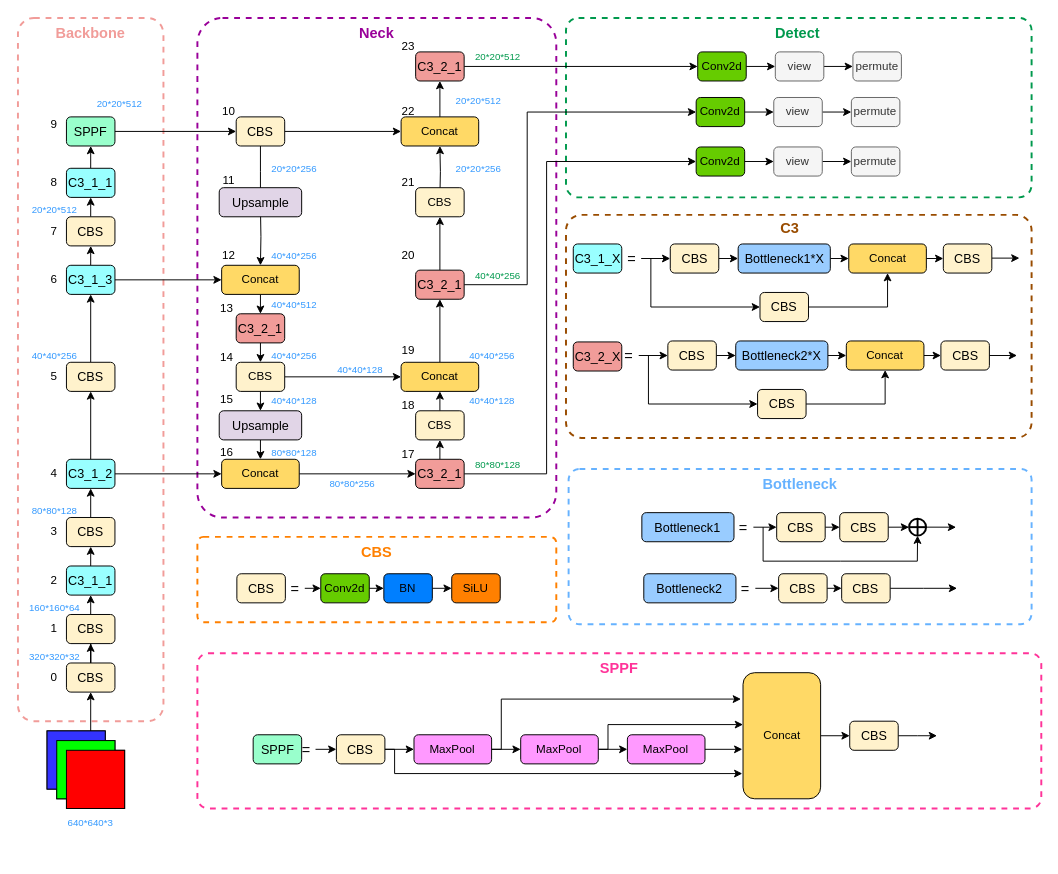
The draw.io diagram yolov56.0.drawio in HaoyuScut/PaddleOCR, before the edit. Source tidied: cells renumbered, new cells numbered last; positions are measured from the earlier drawing's top-left corner, leaving out a move shared by most shapes. Both pictures are drawn from the tidied source at 97%, with x=0, y=0 at pixel (17, 17).
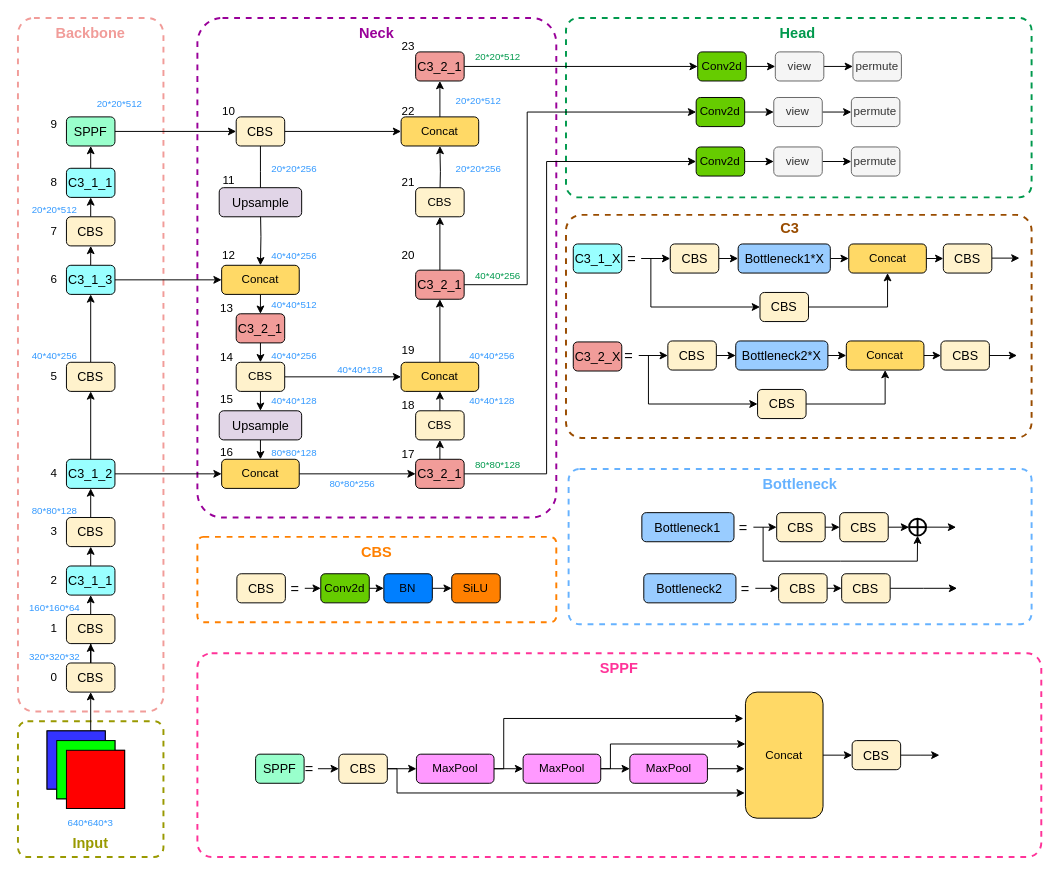
The same page after the edit.

Diff of the diagram source:
```diff
@@
+    <mxCell id="209" style="rounded=1;whiteSpace=wrap;html=1;shadow=0;dashed=1;fontSize=12;fontColor=#00994D;strokeColor=#999900;strokeWidth=2;fillColor=none;arcSize=7;" parent="1" vertex="1">
+      <mxGeometry y="725" width="150" height="140" as="geometry" />
+    </mxCell>
     <mxCell id="2" style="rounded=1;whiteSpace=wrap;html=1;shadow=0;dashed=1;fontSize=12;fontColor=#00994D;strokeColor=#FF3399;strokeWidth=2;fillColor=none;arcSize=7;" parent="1" vertex="1">
-      <mxGeometry x="185" y="655" width="870" height="160" as="geometry" />
+      <mxGeometry x="185" y="655" width="870" height="210" as="geometry" />
     </mxCell>
@@
     <mxCell id="8" style="rounded=1;whiteSpace=wrap;html=1;shadow=0;strokeColor=#F19C99;fillColor=none;dashed=1;strokeWidth=2;arcSize=11;" parent="1" vertex="1">
-      <mxGeometry width="150" height="725" as="geometry" />
+      <mxGeometry width="150" height="715" as="geometry" />
     </mxCell>
@@
-    <mxCell id="132" value="&lt;b style=&quot;&quot;&gt;&lt;font color=&quot;#00994d&quot; style=&quot;font-size: 15px;&quot;&gt;Detect&lt;/font&gt;&lt;/b&gt;" style="text;html=1;strokeColor=none;fillColor=none;align=center;verticalAlign=middle;whiteSpace=wrap;rounded=0;shadow=0;dashed=1;" parent="1" vertex="1">
+    <mxCell id="132" value="&lt;b style=&quot;&quot;&gt;&lt;font color=&quot;#00994d&quot; style=&quot;font-size: 15px;&quot;&gt;Head&lt;/font&gt;&lt;/b&gt;" style="text;html=1;strokeColor=none;fillColor=none;align=center;verticalAlign=middle;whiteSpace=wrap;rounded=0;shadow=0;dashed=1;" parent="1" vertex="1">
       <mxGeometry x="774.2" width="60" height="30" as="geometry" />
     </mxCell>
@@
     <mxCell id="188" value="SPPF" style="rounded=1;whiteSpace=wrap;html=1;fillColor=#99FFCC;strokeColor=#000000;fontSize=13;" parent="1" vertex="1">
-      <mxGeometry x="242.5" y="739" width="50" height="30" as="geometry" />
+      <mxGeometry x="245" y="759" width="50" height="30" as="geometry" />
     </mxCell>
@@
     <mxCell id="190" value="&lt;font color=&quot;#000000&quot;&gt;=&lt;/font&gt;" style="text;html=1;strokeColor=none;fillColor=none;align=center;verticalAlign=middle;whiteSpace=wrap;rounded=0;shadow=0;dashed=1;fontSize=15;fontColor=#00994D;" parent="1" vertex="1">
-      <mxGeometry x="288.3" y="739" width="18.5" height="30" as="geometry" />
+      <mxGeometry x="290.8" y="759" width="18.5" height="30" as="geometry" />
     </mxCell>
@@
     <mxCell id="192" style="edgeStyle=orthogonalEdgeStyle;rounded=0;jettySize=auto;html=1;exitX=1;exitY=0.5;exitDx=0;exitDy=0;entryX=0;entryY=0.667;entryDx=0;entryDy=0;entryPerimeter=0;fontSize=15;fontColor=#66B2FF;" parent="1" edge="1" source="193">
       <mxGeometry relative="1" as="geometry">
-        <mxPoint x="746.8" y="779" as="targetPoint" />
+        <mxPoint x="749.3" y="799" as="targetPoint" />
         <Array as="points">
-          <mxPoint x="388.3" y="754" />
-          <mxPoint x="388.3" y="779" />
+          <mxPoint x="390.8" y="774" />
+          <mxPoint x="390.8" y="799" />
         </Array>
       </mxGeometry>
     </mxCell>
     <mxCell id="193" value="CBS" style="rounded=1;whiteSpace=wrap;html=1;fillColor=#fff2cc;strokeColor=#000000;fontSize=13;" parent="1" vertex="1">
-      <mxGeometry x="328.3" y="739" width="50" height="30" as="geometry" />
+      <mxGeometry x="330.8" y="759" width="50" height="30" as="geometry" />
     </mxCell>
@@
     <mxCell id="195" style="edgeStyle=orthogonalEdgeStyle;rounded=0;jettySize=auto;html=1;exitX=1;exitY=0.5;exitDx=0;exitDy=0;entryX=-0.017;entryY=0.155;entryDx=0;entryDy=0;entryPerimeter=0;fontSize=15;fontColor=#66B2FF;" parent="1" edge="1" source="196">
       <mxGeometry relative="1" as="geometry">
-        <mxPoint x="745.4" y="702.2" as="targetPoint" />
+        <mxPoint x="747.9" y="722.2" as="targetPoint" />
         <Array as="points">
-          <mxPoint x="498.3" y="754" />
-          <mxPoint x="498.3" y="702" />
+          <mxPoint x="500.8" y="774" />
+          <mxPoint x="500.8" y="722" />
         </Array>
       </mxGeometry>
     </mxCell>
     <mxCell id="196" value="MaxPool" style="rounded=1;whiteSpace=wrap;html=1;fillColor=#FF99FF;strokeColor=#000000;" parent="1" vertex="1">
-      <mxGeometry x="408.3" y="739" width="80" height="30" as="geometry" />
+      <mxGeometry x="410.8" y="759" width="80" height="30" as="geometry" />
     </mxCell>
@@
     <mxCell id="198" style="edgeStyle=orthogonalEdgeStyle;rounded=0;jettySize=auto;html=1;exitX=1;exitY=0.5;exitDx=0;exitDy=0;entryX=0.009;entryY=0.33;entryDx=0;entryDy=0;fontSize=15;fontColor=#66B2FF;entryPerimeter=0;" parent="1" edge="1" source="199">
       <mxGeometry relative="1" as="geometry">
-        <mxPoint x="747.5" y="728.5" as="targetPoint" />
+        <mxPoint x="750" y="748.5" as="targetPoint" />
         <Array as="points">
-          <mxPoint x="608.3" y="754" />
-          <mxPoint x="608.3" y="729" />
+          <mxPoint x="610.8" y="774" />
+          <mxPoint x="610.8" y="749" />
         </Array>
       </mxGeometry>
     </mxCell>
     <mxCell id="199" value="MaxPool" style="rounded=1;whiteSpace=wrap;html=1;fillColor=#FF99FF;strokeColor=#000000;" parent="1" vertex="1">
-      <mxGeometry x="518.3" y="739" width="80" height="30" as="geometry" />
+      <mxGeometry x="520.8" y="759" width="80" height="30" as="geometry" />
     </mxCell>
     <mxCell id="200" style="edgeStyle=orthogonalEdgeStyle;rounded=0;jettySize=auto;html=1;exitX=1;exitY=0.5;exitDx=0;exitDy=0;entryX=0;entryY=0.5;entryDx=0;entryDy=0;fontSize=15;fontColor=#66B2FF;" parent="1" edge="1" source="201">
       <mxGeometry relative="1" as="geometry">
-        <mxPoint x="746.8" y="754" as="targetPoint" />
+        <mxPoint x="749.3" y="774" as="targetPoint" />
       </mxGeometry>
     </mxCell>
     <mxCell id="201" value="MaxPool" style="rounded=1;whiteSpace=wrap;html=1;fillColor=#FF99FF;strokeColor=#000000;" parent="1" vertex="1">
-      <mxGeometry x="628.3" y="739" width="80" height="30" as="geometry" />
+      <mxGeometry x="630.8" y="759" width="80" height="30" as="geometry" />
     </mxCell>
@@
     <mxCell id="203" value="Concat" style="rounded=1;whiteSpace=wrap;html=1;fillColor=#FFD966;strokeColor=#000000;" parent="1" vertex="1">
-      <mxGeometry x="747.5" y="675" width="80" height="130" as="geometry" />
+      <mxGeometry x="750" y="695" width="80" height="130" as="geometry" />
     </mxCell>
     <mxCell id="204" style="edgeStyle=orthogonalEdgeStyle;rounded=0;jettySize=auto;html=1;fontSize=15;fontColor=#66B2FF;" parent="1" edge="1" source="205">
       <mxGeometry relative="1" as="geometry">
-        <mxPoint x="947.5" y="740" as="targetPoint" />
+        <mxPoint x="950" y="760" as="targetPoint" />
       </mxGeometry>
     </mxCell>
     <mxCell id="205" value="CBS" style="rounded=1;whiteSpace=wrap;html=1;fillColor=#fff2cc;strokeColor=#000000;fontSize=13;" parent="1" vertex="1">
-      <mxGeometry x="857.5" y="725" width="50" height="30" as="geometry" />
+      <mxGeometry x="860" y="745" width="50" height="30" as="geometry" />
     </mxCell>
@@
+    <mxCell id="210" value="&lt;span style=&quot;font-size: 15px;&quot;&gt;&lt;b style=&quot;&quot;&gt;&lt;font color=&quot;#999900&quot;&gt;Input&lt;/font&gt;&lt;/b&gt;&lt;/span&gt;" style="text;html=1;strokeColor=none;fillColor=none;align=center;verticalAlign=middle;whiteSpace=wrap;rounded=0;shadow=0;dashed=1;" parent="1" vertex="1">
+      <mxGeometry x="45" y="835" width="60" height="30" as="geometry" />
+    </mxCell>
```
